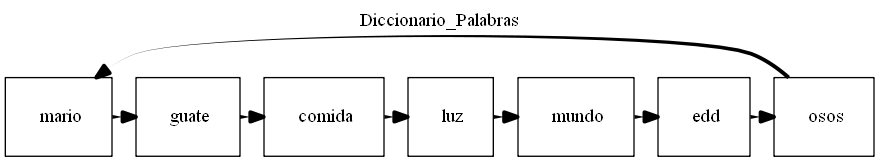
mariotun/EDD_1S2020_PY1_201602942 keeps this Graphviz diagram as Graficas/LCD_Diccionario.dot.png. Above is the earlier version. Its source is kept beside it as Graficas/LCD_Diccionario.dot.
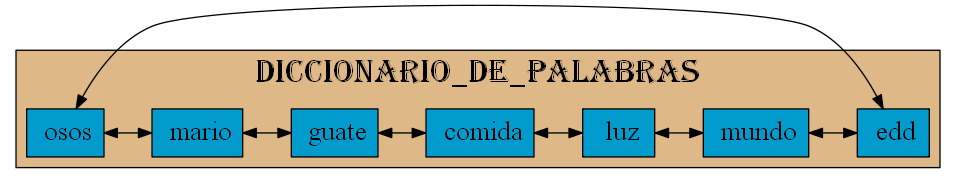
Later version of the same file.

What changed in the source:
```diff
@@ -1,8 +1,17 @@
-digraph Lista_Circular{
- label=Diccionario_Palabras;
- labelloc=t;
-node[margin=0.3 fontcolor=black shape=box];
-{rank=same;
+digraph Lista_Doble{
+
+graph[ranksep= "0.5",nodesep= "0.5"];
+node[fontcolor=black shape=box style=filled fillcolor=deepskyblue3 fontsize=20];
+
+subgraph cluster_1 {
+
+fontname=algerian
+fontsize=25;
+label="Diccionario_de_Palabras";
+fontcolor=black
+style=filled
+fillcolor=burlywood
+labelloc=t;{rank=same;
 25770344240[label=" mario"];
 25770344320[label=" guate"];
 25770344400[label=" comida"];
@@ -19,6 +28,8 @@
 25770344560->
 25770344640->
 25770344720->25770344240
-[dir=front style=tapered arrowsize=1 penwidth=3 color=black];
+[dir=both color=black];
 
  }
+
+}
```
